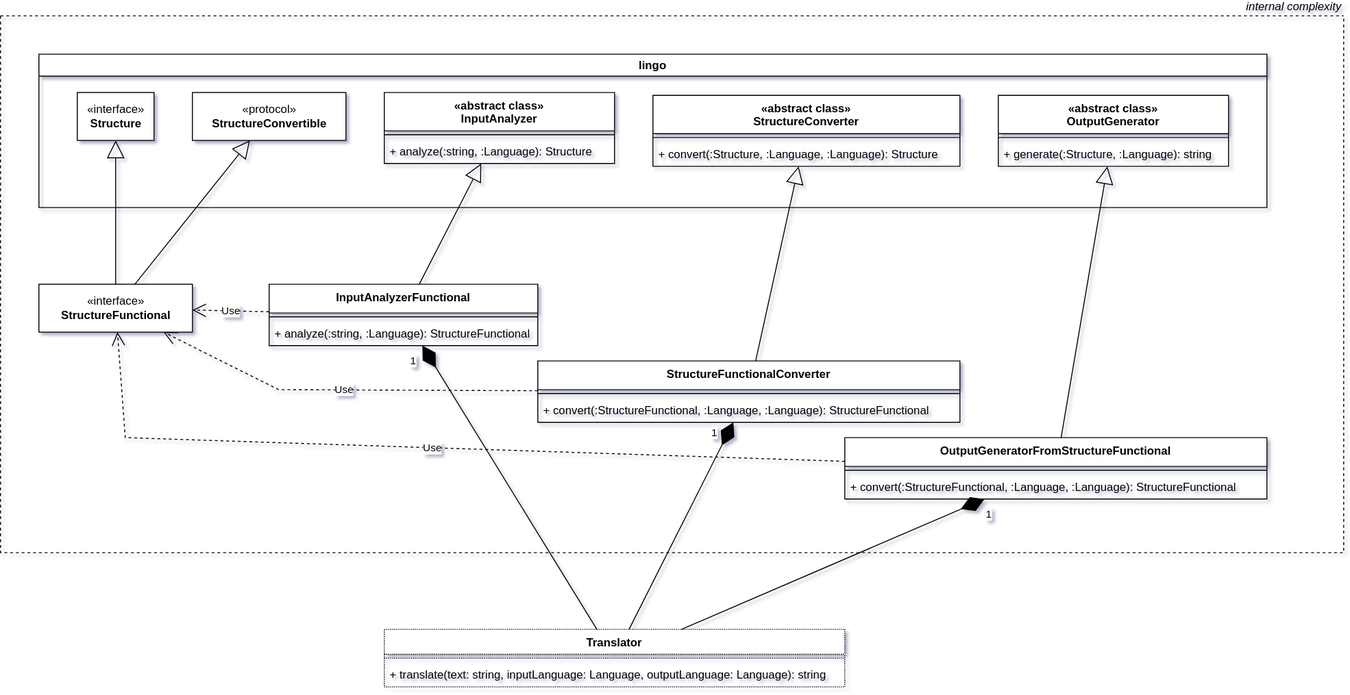
The draw.io diagram src/patterns/structural/facade/facade.diagram.svg in parzhitsky/interview-questions, before a commit. Source tidied: cells renumbered, new cells last; positions are measured from the earlier drawing's top-left corner, leaving out a move shared by most shapes. The source it was exported from:
```xml
<mxGraphModel>
  <root>
    <mxCell id="0" />
    <mxCell id="1" parent="0" />
    <mxCell id="2" value="internal complexity" style="swimlane;startSize=0;dashed=1;align=right;verticalAlign=bottom;fontStyle=2;" parent="1" vertex="1">
      <mxGeometry width="1400" height="560" as="geometry" />
    </mxCell>
    <mxCell id="3" value="lingo" style="swimlane;whiteSpace=wrap;html=1;" parent="2" vertex="1">
      <mxGeometry x="40" y="40" width="1280" height="160" as="geometry" />
    </mxCell>
    <mxCell id="4" value="«interface»&lt;br&gt;&lt;b&gt;Structure&lt;/b&gt;" style="html=1;" parent="3" vertex="1">
      <mxGeometry x="40" y="40" width="80" height="50" as="geometry" />
    </mxCell>
    <mxCell id="5" value="«protocol»&lt;br&gt;&lt;b&gt;StructureConvertible&lt;/b&gt;" style="html=1;" parent="3" vertex="1">
      <mxGeometry x="160" y="40" width="160" height="50" as="geometry" />
    </mxCell>
    <mxCell id="6" value="«abstract class»&#10;InputAnalyzer" style="swimlane;fontStyle=1;align=center;verticalAlign=top;horizontal=1;startSize=40;" parent="3" vertex="1">
      <mxGeometry x="360" y="40" width="240" height="74" as="geometry" />
    </mxCell>
    <mxCell id="7" style="line;strokeWidth=1;fillColor=none;align=left;verticalAlign=middle;spacingTop=-1;spacingLeft=3;spacingRight=3;labelPosition=right;strokeColor=inherit;" parent="6" vertex="1">
      <mxGeometry y="40" width="240" height="8" as="geometry" />
    </mxCell>
    <mxCell id="8" value="+ analyze(:string, :Language): Structure" style="text;strokeColor=none;fillColor=none;align=left;verticalAlign=top;spacingLeft=4;spacingRight=4;overflow=hidden;" parent="6" vertex="1">
      <mxGeometry y="48" width="240" height="26" as="geometry" />
    </mxCell>
    <mxCell id="9" value="«abstract class»&#10;StructureConverter" style="swimlane;fontStyle=1;align=center;verticalAlign=top;horizontal=1;startSize=40;" parent="3" vertex="1">
      <mxGeometry x="640" y="43" width="320" height="74" as="geometry" />
    </mxCell>
    <mxCell id="10" style="line;strokeWidth=1;fillColor=none;align=left;verticalAlign=middle;spacingTop=-1;spacingLeft=3;spacingRight=3;labelPosition=right;strokeColor=inherit;" parent="9" vertex="1">
      <mxGeometry y="40" width="320" height="8" as="geometry" />
    </mxCell>
    <mxCell id="11" value="+ convert(:Structure, :Language, :Language): Structure" style="text;strokeColor=none;fillColor=none;align=left;verticalAlign=top;spacingLeft=4;spacingRight=4;overflow=hidden;" parent="9" vertex="1">
      <mxGeometry y="48" width="320" height="26" as="geometry" />
    </mxCell>
    <mxCell id="12" value="«abstract class»&#10;OutputGenerator" style="swimlane;fontStyle=1;align=center;verticalAlign=top;horizontal=1;startSize=40;" parent="3" vertex="1">
      <mxGeometry x="1000" y="43" width="240" height="74" as="geometry" />
    </mxCell>
    <mxCell id="13" style="line;strokeWidth=1;fillColor=none;align=left;verticalAlign=middle;spacingTop=-1;spacingLeft=3;spacingRight=3;labelPosition=right;strokeColor=inherit;" parent="12" vertex="1">
      <mxGeometry y="40" width="240" height="8" as="geometry" />
    </mxCell>
    <mxCell id="14" value="+ generate(:Structure, :Language): string" style="text;strokeColor=none;fillColor=none;align=left;verticalAlign=top;spacingLeft=4;spacingRight=4;overflow=hidden;" parent="12" vertex="1">
      <mxGeometry y="48" width="240" height="26" as="geometry" />
    </mxCell>
    <mxCell id="15" value="«interface»&lt;br&gt;&lt;b&gt;StructureFunctional&lt;/b&gt;" style="html=1;" parent="2" vertex="1">
      <mxGeometry x="40" y="280" width="160" height="50" as="geometry" />
    </mxCell>
    <mxCell id="16" style="endArrow=block;endSize=16;endFill=0;html=1;rounded=0;" parent="2" edge="1" source="15" target="4">
      <mxGeometry relative="1" as="geometry" />
    </mxCell>
    <mxCell id="17" style="endArrow=block;endSize=16;endFill=0;html=1;rounded=0;" parent="2" edge="1" source="15" target="5">
      <mxGeometry relative="1" as="geometry" />
    </mxCell>
    <mxCell id="18" style="endArrow=block;endSize=16;endFill=0;html=1;rounded=0;" parent="2" edge="1" source="19" target="6">
      <mxGeometry relative="1" as="geometry" />
    </mxCell>
    <mxCell id="19" value="InputAnalyzerFunctional" style="swimlane;fontStyle=1;align=center;verticalAlign=top;horizontal=1;startSize=30;" parent="2" vertex="1">
      <mxGeometry x="280" y="280" width="280" height="64" as="geometry" />
    </mxCell>
    <mxCell id="20" style="line;strokeWidth=1;fillColor=none;align=left;verticalAlign=middle;spacingTop=-1;spacingLeft=3;spacingRight=3;labelPosition=right;strokeColor=inherit;" parent="19" vertex="1">
      <mxGeometry y="30" width="280" height="8" as="geometry" />
    </mxCell>
    <mxCell id="21" value="+ analyze(:string, :Language): StructureFunctional" style="text;strokeColor=none;fillColor=none;align=left;verticalAlign=top;spacingLeft=4;spacingRight=4;overflow=hidden;" parent="19" vertex="1">
      <mxGeometry y="38" width="280" height="26" as="geometry" />
    </mxCell>
    <mxCell id="22" value="Use" style="endArrow=open;endSize=12;dashed=1;html=1;rounded=0;" parent="2" edge="1" source="19" target="15">
      <mxGeometry relative="1" as="geometry" />
    </mxCell>
    <mxCell id="23" value="StructureFunctionalConverter" style="swimlane;fontStyle=1;align=center;verticalAlign=top;horizontal=1;startSize=30;" parent="2" vertex="1">
      <mxGeometry x="560" y="360" width="440" height="64" as="geometry" />
    </mxCell>
    <mxCell id="24" style="line;strokeWidth=1;fillColor=none;align=left;verticalAlign=middle;spacingTop=-1;spacingLeft=3;spacingRight=3;labelPosition=right;strokeColor=inherit;" parent="23" vertex="1">
      <mxGeometry y="30" width="440" height="8" as="geometry" />
    </mxCell>
    <mxCell id="25" value="+ convert(:StructureFunctional, :Language, :Language): StructureFunctional" style="text;strokeColor=none;fillColor=none;align=left;verticalAlign=top;spacingLeft=4;spacingRight=4;overflow=hidden;" parent="23" vertex="1">
      <mxGeometry y="38" width="440" height="26" as="geometry" />
    </mxCell>
    <mxCell id="26" value="Use" style="endArrow=open;endSize=12;dashed=1;html=1;rounded=0;" parent="2" edge="1" source="23" target="15">
      <mxGeometry relative="1" as="geometry">
        <Array as="points">
          <mxPoint x="290" y="390" />
        </Array>
      </mxGeometry>
    </mxCell>
    <mxCell id="27" style="endArrow=block;endSize=16;endFill=0;html=1;rounded=0;" parent="2" edge="1" source="23" target="9">
      <mxGeometry relative="1" as="geometry" />
    </mxCell>
    <mxCell id="28" value="OutputGeneratorFromStructureFunctional" style="swimlane;fontStyle=1;align=center;verticalAlign=top;horizontal=1;startSize=30;" parent="2" vertex="1">
      <mxGeometry x="880" y="440" width="440" height="64" as="geometry" />
    </mxCell>
    <mxCell id="29" style="line;strokeWidth=1;fillColor=none;align=left;verticalAlign=middle;spacingTop=-1;spacingLeft=3;spacingRight=3;labelPosition=right;strokeColor=inherit;" parent="28" vertex="1">
      <mxGeometry y="30" width="440" height="8" as="geometry" />
    </mxCell>
    <mxCell id="30" value="+ convert(:StructureFunctional, :Language, :Language): StructureFunctional" style="text;strokeColor=none;fillColor=none;align=left;verticalAlign=top;spacingLeft=4;spacingRight=4;overflow=hidden;" parent="28" vertex="1">
      <mxGeometry y="38" width="440" height="26" as="geometry" />
    </mxCell>
    <mxCell id="31" style="endArrow=block;endSize=16;endFill=0;html=1;rounded=0;" parent="2" edge="1" source="28" target="12">
      <mxGeometry relative="1" as="geometry" />
    </mxCell>
    <mxCell id="32" value="Use" style="endArrow=open;endSize=12;dashed=1;html=1;rounded=0;" parent="2" edge="1" source="28" target="15">
      <mxGeometry relative="1" as="geometry">
        <Array as="points">
          <mxPoint x="130" y="440" />
        </Array>
      </mxGeometry>
    </mxCell>
    <mxCell id="33" value="Translator" style="swimlane;fontStyle=1;align=center;verticalAlign=top;horizontal=1;startSize=26;dashed=1;dashPattern=1 1;" parent="1" vertex="1">
      <mxGeometry x="400" y="640" width="480" height="60" as="geometry" />
    </mxCell>
    <mxCell id="34" style="line;strokeWidth=1;fillColor=none;align=left;verticalAlign=middle;spacingTop=-1;spacingLeft=3;spacingRight=3;labelPosition=right;strokeColor=inherit;dashed=1;dashPattern=1 1;" parent="33" vertex="1">
      <mxGeometry y="26" width="480" height="8" as="geometry" />
    </mxCell>
    <mxCell id="35" value="+ translate(text: string, inputLanguage: Language, outputLanguage: Language): string" style="text;strokeColor=none;fillColor=none;align=left;verticalAlign=top;spacingLeft=4;spacingRight=4;overflow=hidden;" parent="33" vertex="1">
      <mxGeometry y="34" width="480" height="26" as="geometry" />
    </mxCell>
    <mxCell id="36" value="1" style="endArrow=diamondThin;endFill=1;endSize=24;html=1;rounded=0;" parent="1" edge="1" source="33" target="19">
      <mxGeometry x="0.95" y="17" relative="1" as="geometry" />
    </mxCell>
    <mxCell id="37" value="1" style="endArrow=diamondThin;endFill=1;endSize=24;html=1;rounded=0;" parent="1" edge="1" source="33" target="23">
      <mxGeometry x="0.85" y="13" relative="1" as="geometry" />
    </mxCell>
    <mxCell id="38" value="1" style="endArrow=diamondThin;endFill=1;endSize=24;html=1;rounded=0;" parent="1" edge="1" source="33" target="28">
      <mxGeometry x="0.99" y="-16" relative="1" as="geometry">
        <mxPoint y="1" as="offset" />
      </mxGeometry>
    </mxCell>
  </root>
</mxGraphModel>
```
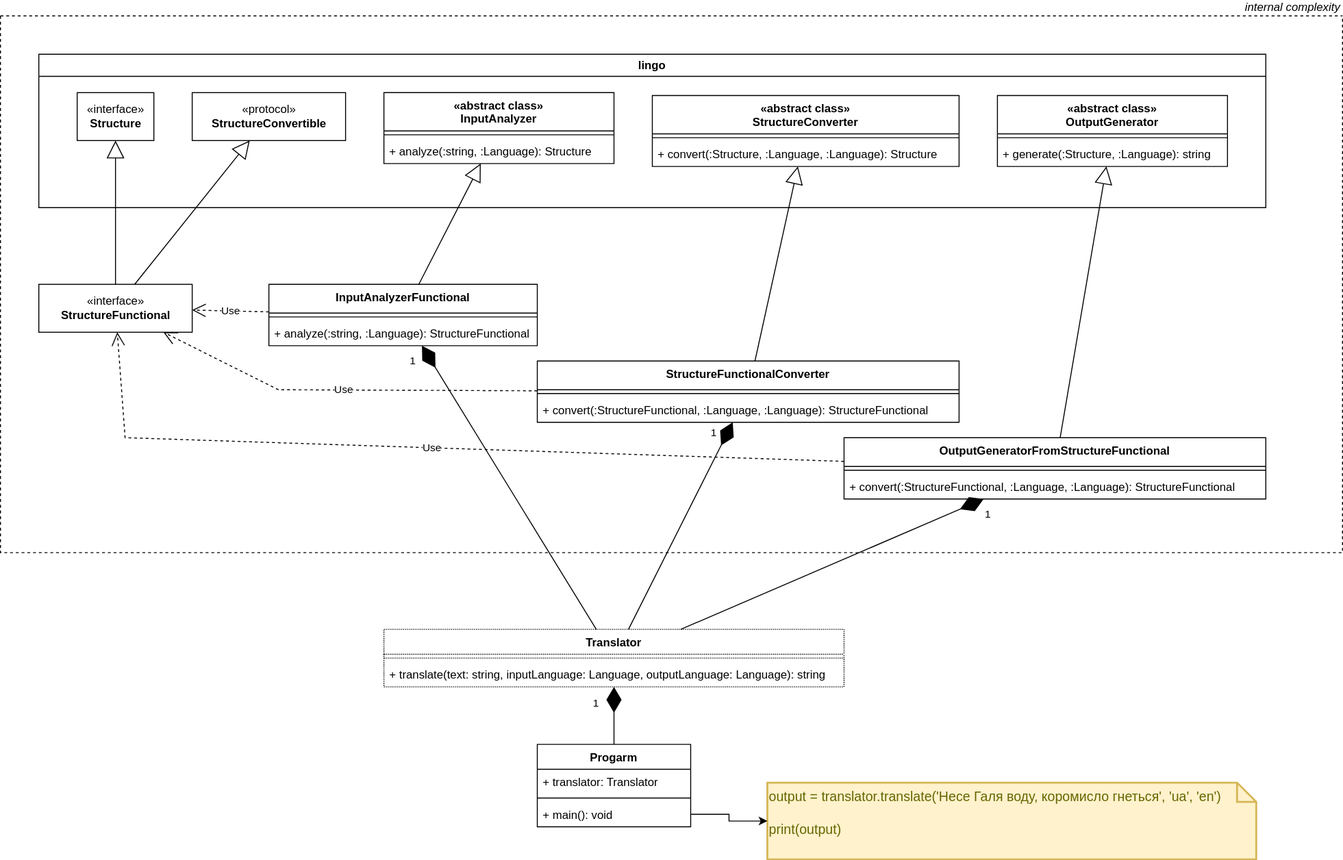
After the change.

Commit message:
Update diagram for Facade pattern

What changed in the source:
```diff
@@ -123,5 +123,31 @@
         <mxPoint y="1" as="offset" />
       </mxGeometry>
     </mxCell>
+    <mxCell id="39" value="Progarm" style="swimlane;fontStyle=1;align=center;verticalAlign=top;horizontal=1;startSize=26;fontFamily=Helvetica;" parent="1" vertex="1">
+      <mxGeometry x="560" y="760" width="160" height="86" as="geometry" />
+    </mxCell>
+    <mxCell id="40" value="+ translator: Translator" style="text;strokeColor=none;fillColor=none;align=left;verticalAlign=top;spacingLeft=4;spacingRight=4;overflow=hidden;fontFamily=Helvetica;" parent="39" vertex="1">
+      <mxGeometry y="26" width="160" height="26" as="geometry" />
+    </mxCell>
+    <mxCell id="41" style="line;strokeWidth=1;fillColor=none;align=left;verticalAlign=middle;spacingTop=-1;spacingLeft=3;spacingRight=3;labelPosition=right;strokeColor=inherit;fontFamily=Helvetica;" parent="39" vertex="1">
+      <mxGeometry y="52" width="160" height="8" as="geometry" />
+    </mxCell>
+    <mxCell id="42" value="+ main(): void" style="text;strokeColor=none;fillColor=none;align=left;verticalAlign=top;spacingLeft=4;spacingRight=4;overflow=hidden;points=[[0,0.5],[1,0.5]];portConstraint=eastwest;fontFamily=Helvetica;" parent="39" vertex="1">
+      <mxGeometry y="60" width="160" height="26" as="geometry" />
+    </mxCell>
+    <mxCell id="43" style="endArrow=diamondThin;endFill=1;endSize=24;html=1;rounded=0;fontFamily=Helvetica;" parent="1" edge="1" source="39" target="33">
+      <mxGeometry relative="1" as="geometry" />
+    </mxCell>
+    <mxCell id="44" value="1" style="edgeLabel;html=1;align=center;verticalAlign=middle;fontFamily=Helvetica;" parent="43" vertex="1">
+      <mxGeometry x="0.47" relative="1" as="geometry">
+        <mxPoint x="-20" as="offset" />
+      </mxGeometry>
+    </mxCell>
+    <mxCell id="45" value="output = translator.translate('Несе Галя воду, коромисло гнеться', 'ua', 'en')&lt;br&gt;&lt;br&gt;print(output)" style="shape=note;strokeWidth=2;fontSize=14;size=20;whiteSpace=wrap;html=1;fillColor=#fff2cc;strokeColor=#d6b656;fontColor=#666600;fontFamily=Helvetica;align=left;verticalAlign=top;" parent="1" vertex="1">
+      <mxGeometry x="800" y="800" width="510" height="80" as="geometry" />
+    </mxCell>
+    <mxCell id="46" style="edgeStyle=orthogonalEdgeStyle;rounded=0;jettySize=auto;html=1;fontFamily=Helvetica;" parent="1" edge="1" source="42" target="45">
+      <mxGeometry relative="1" as="geometry" />
+    </mxCell>
   </root>
 </mxGraphModel>
```
